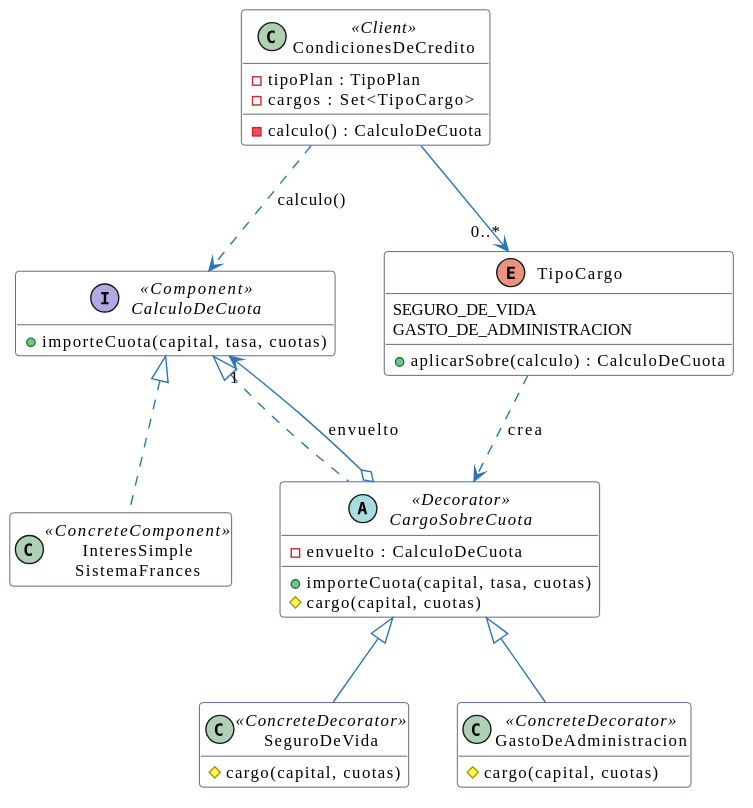
Above: docs/reporte/puml/decorator-despues.svg in andreiveisuade/TPO-ProcesoDesarrolloSoftware-V4 (PlantUML), before the change. Its source is kept beside it as docs/reporte/puml/decorator-despues.puml.
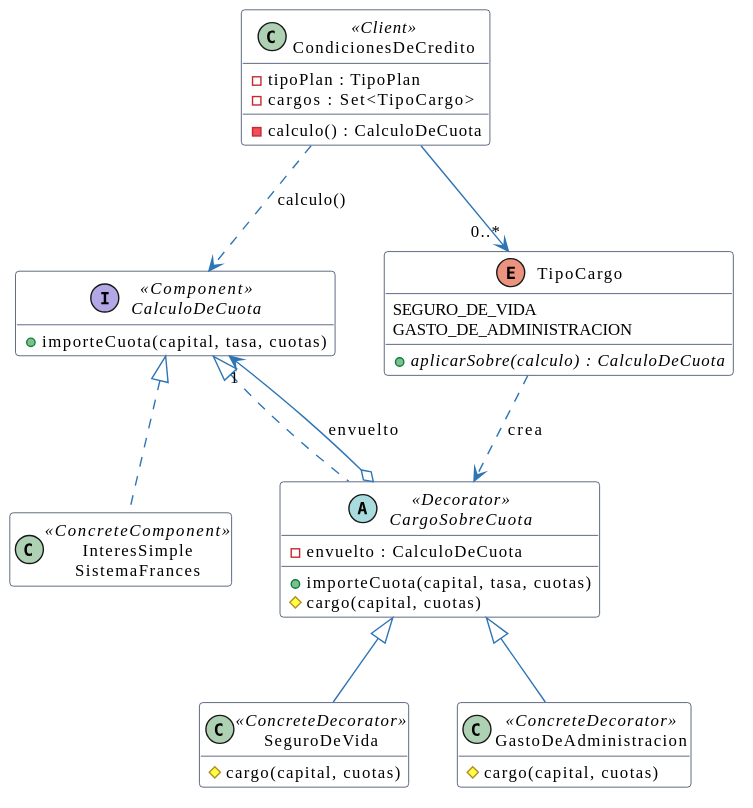
Later version of the same file.

Commit message:
TipoCargo: cada cargo sobrescribe aplicarSobre con su decorador concreto

Change to the diagram source:
```diff
@@ -32,7 +32,7 @@
 enum TipoCargo {
   SEGURO_DE_VIDA
   GASTO_DE_ADMINISTRACION
-  +aplicarSobre(calculo) : CalculoDeCuota
+  +{abstract} aplicarSobre(calculo) : CalculoDeCuota
 }
 CalculoDeCuota <|.. Planes
 CalculoDeCuota <|.. CargoSobreCuota
```
